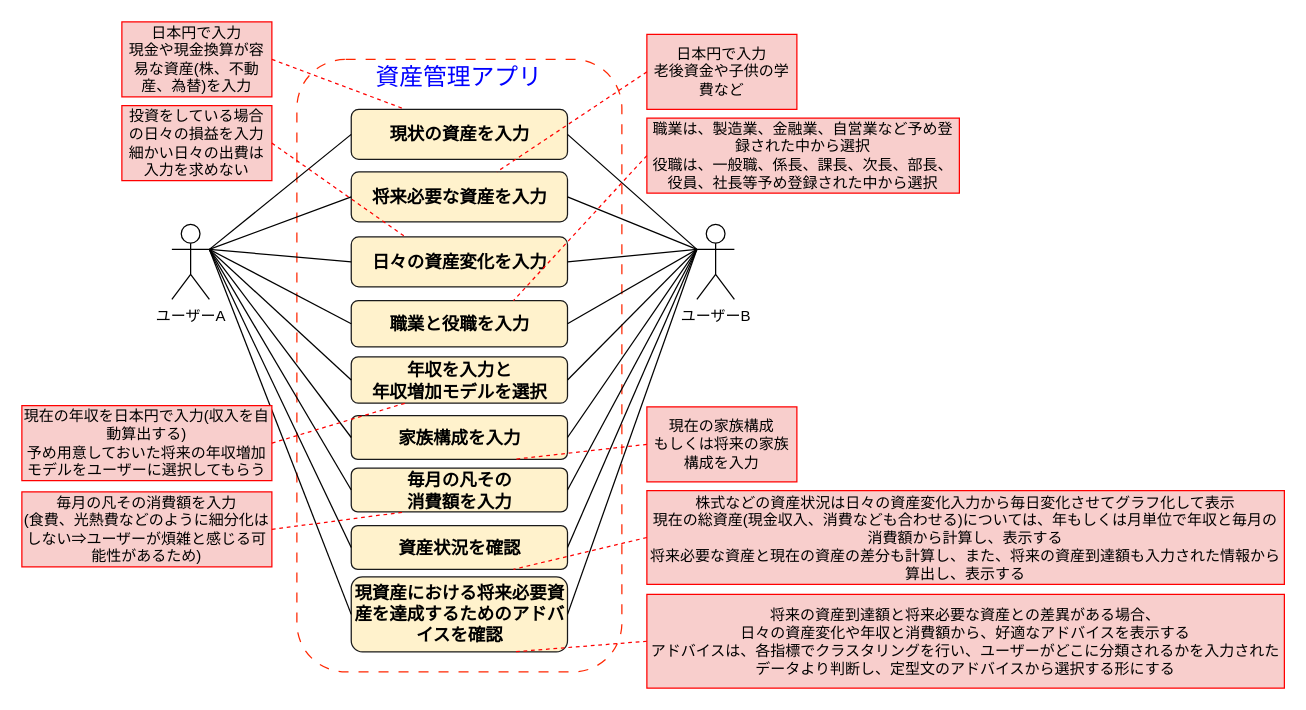
Earlier version of the draw.io diagram page "ユースケース図" (2 of 5) of コンテキスト図.drawio (10mo8mi2/20231121_Udemy_-_-). Source tidied: cells renumbered, new cells numbered last; positions are measured from the earlier drawing's top-left corner, leaving out a move shared by most shapes. Both pictures are drawn from the tidied source at 125%, with x=0, y=0 at pixel (21, 21).
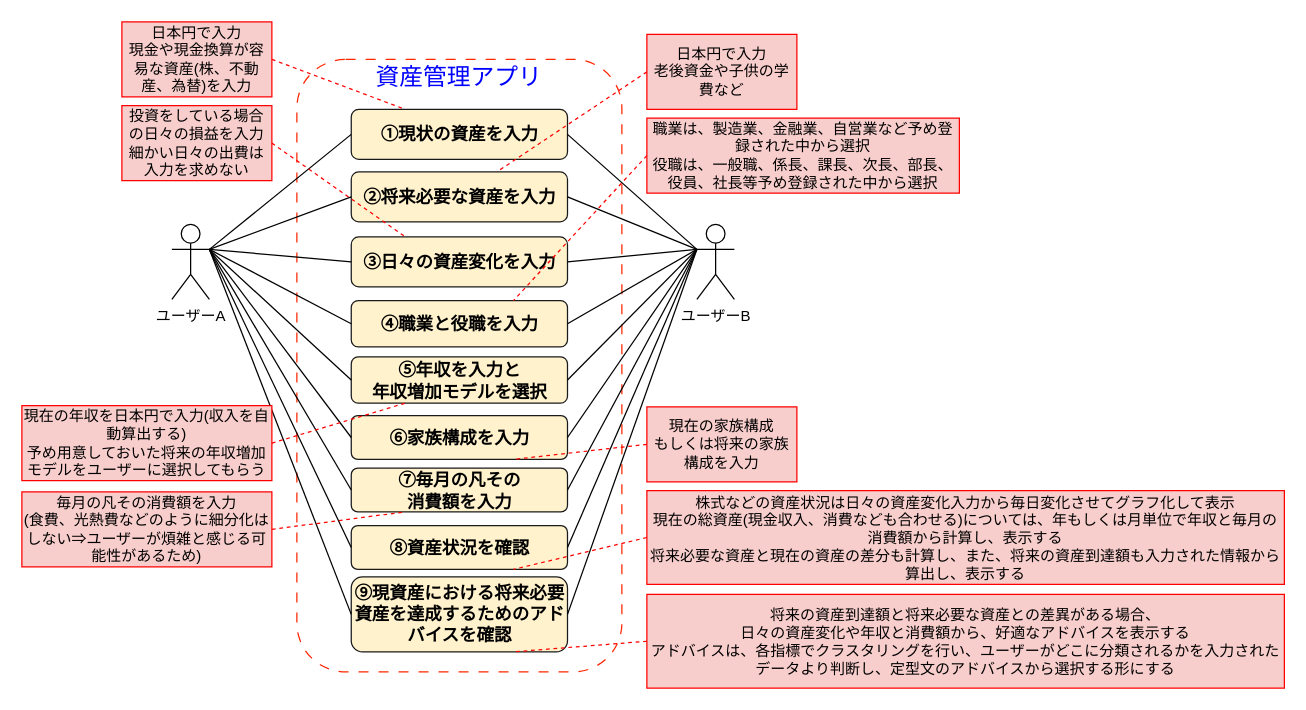
The same page after the edit.

Change to the diagram source:
```diff
@@
-    <mxCell id="6" value="&lt;b&gt;&lt;font style=&quot;font-size: 14px;&quot;&gt;現状の資産を入力&lt;/font&gt;&lt;/b&gt;" style="rounded=1;whiteSpace=wrap;html=1;fillColor=#fff2cc;strokeColor=#1A1A1A;" parent="1" vertex="1">
+    <mxCell id="6" value="&lt;b&gt;&lt;font style=&quot;font-size: 14px;&quot;&gt;①現状の資産を入力&lt;/font&gt;&lt;/b&gt;" style="rounded=1;whiteSpace=wrap;html=1;fillColor=#fff2cc;strokeColor=#1A1A1A;" parent="1" vertex="1">
       <mxGeometry x="263.5" y="70" width="173" height="40" as="geometry" />
     </mxCell>
-    <mxCell id="7" value="&lt;b&gt;&lt;font style=&quot;font-size: 14px;&quot;&gt;将来必要な資産を入力&lt;/font&gt;&lt;/b&gt;" style="rounded=1;whiteSpace=wrap;html=1;fillColor=#fff2cc;strokeColor=#1A1A1A;" parent="1" vertex="1">
+    <mxCell id="7" value="&lt;b&gt;&lt;font style=&quot;font-size: 14px;&quot;&gt;②将来必要な資産を入力&lt;/font&gt;&lt;/b&gt;" style="rounded=1;whiteSpace=wrap;html=1;fillColor=#fff2cc;strokeColor=#1A1A1A;" parent="1" vertex="1">
       <mxGeometry x="263.5" y="120" width="173" height="40" as="geometry" />
     </mxCell>
-    <mxCell id="8" value="&lt;b&gt;&lt;font style=&quot;font-size: 14px;&quot;&gt;日々の資産変化を入力&lt;/font&gt;&lt;/b&gt;" style="rounded=1;whiteSpace=wrap;html=1;fillColor=#fff2cc;strokeColor=#1A1A1A;" parent="1" vertex="1">
+    <mxCell id="8" value="&lt;b&gt;&lt;font style=&quot;font-size: 14px;&quot;&gt;③日々の資産変化を入力&lt;/font&gt;&lt;/b&gt;" style="rounded=1;whiteSpace=wrap;html=1;fillColor=#fff2cc;strokeColor=#1A1A1A;" parent="1" vertex="1">
       <mxGeometry x="263.5" y="172" width="173" height="40" as="geometry" />
     </mxCell>
-    <mxCell id="9" value="&lt;span style=&quot;font-size: 14px;&quot;&gt;&lt;b&gt;職業と役職を入力&lt;/b&gt;&lt;/span&gt;" style="rounded=1;whiteSpace=wrap;html=1;fillColor=#fff2cc;strokeColor=#1A1A1A;" parent="1" vertex="1">
+    <mxCell id="9" value="&lt;span style=&quot;font-size: 14px;&quot;&gt;&lt;b&gt;④職業と役職を入力&lt;/b&gt;&lt;/span&gt;" style="rounded=1;whiteSpace=wrap;html=1;fillColor=#fff2cc;strokeColor=#1A1A1A;" parent="1" vertex="1">
       <mxGeometry x="263.5" y="223" width="173" height="37" as="geometry" />
     </mxCell>
-    <mxCell id="10" value="&lt;span style=&quot;font-size: 14px;&quot;&gt;&lt;b&gt;資産状況を確認&lt;/b&gt;&lt;/span&gt;" style="rounded=1;whiteSpace=wrap;html=1;fillColor=#fff2cc;strokeColor=#1A1A1A;" parent="1" vertex="1">
+    <mxCell id="10" value="&lt;span style=&quot;font-size: 14px;&quot;&gt;&lt;b&gt;⑧資産状況を確認&lt;/b&gt;&lt;/span&gt;" style="rounded=1;whiteSpace=wrap;html=1;fillColor=#fff2cc;strokeColor=#1A1A1A;" parent="1" vertex="1">
       <mxGeometry x="263.5" y="403" width="173" height="35" as="geometry" />
     </mxCell>
-    <mxCell id="11" value="&lt;span style=&quot;font-size: 14px;&quot;&gt;&lt;b&gt;現資産における将来必要資産を達成するためのアドバイスを確認&lt;/b&gt;&lt;/span&gt;" style="rounded=1;whiteSpace=wrap;html=1;fillColor=#fff2cc;strokeColor=#1A1A1A;" parent="1" vertex="1">
+    <mxCell id="11" value="&lt;span style=&quot;font-size: 14px;&quot;&gt;&lt;b&gt;⑨現資産における将来必要資産を達成するためのアドバイスを確認&lt;/b&gt;&lt;/span&gt;" style="rounded=1;whiteSpace=wrap;html=1;fillColor=#fff2cc;strokeColor=#1A1A1A;" parent="1" vertex="1">
       <mxGeometry x="263.5" y="444" width="173" height="60" as="geometry" />
     </mxCell>
@@
-    <mxCell id="32" value="&lt;span style=&quot;font-size: 14px;&quot;&gt;&lt;b&gt;家族構成を入力&lt;/b&gt;&lt;/span&gt;" style="rounded=1;whiteSpace=wrap;html=1;fillColor=#fff2cc;strokeColor=#1A1A1A;" parent="1" vertex="1">
+    <mxCell id="32" value="&lt;span style=&quot;font-size: 14px;&quot;&gt;&lt;b&gt;⑥家族構成を入力&lt;/b&gt;&lt;/span&gt;" style="rounded=1;whiteSpace=wrap;html=1;fillColor=#fff2cc;strokeColor=#1A1A1A;" parent="1" vertex="1">
       <mxGeometry x="263.5" y="315" width="173" height="35" as="geometry" />
     </mxCell>
@@
-    <mxCell id="35" value="&lt;span style=&quot;font-size: 14px;&quot;&gt;&lt;b&gt;毎月の凡その&lt;br&gt;消費額を入力&lt;/b&gt;&lt;/span&gt;" style="rounded=1;whiteSpace=wrap;html=1;fillColor=#fff2cc;strokeColor=#1A1A1A;" parent="1" vertex="1">
+    <mxCell id="35" value="&lt;span style=&quot;font-size: 14px;&quot;&gt;&lt;b&gt;⑦毎月の凡その&lt;br&gt;消費額を入力&lt;/b&gt;&lt;/span&gt;" style="rounded=1;whiteSpace=wrap;html=1;fillColor=#fff2cc;strokeColor=#1A1A1A;" parent="1" vertex="1">
       <mxGeometry x="263.5" y="357" width="173" height="35" as="geometry" />
     </mxCell>
@@
-    <mxCell id="38" value="&lt;span style=&quot;font-size: 14px;&quot;&gt;&lt;b&gt;年収を入力と&lt;br&gt;年収増加モデルを選択&lt;br&gt;&lt;/b&gt;&lt;/span&gt;" style="rounded=1;whiteSpace=wrap;html=1;fillColor=#fff2cc;strokeColor=#1A1A1A;" parent="1" vertex="1">
+    <mxCell id="38" value="&lt;span style=&quot;font-size: 14px;&quot;&gt;&lt;b&gt;⑤年収を入力と&lt;br&gt;年収増加モデルを選択&lt;br&gt;&lt;/b&gt;&lt;/span&gt;" style="rounded=1;whiteSpace=wrap;html=1;fillColor=#fff2cc;strokeColor=#1A1A1A;" parent="1" vertex="1">
       <mxGeometry x="263.5" y="268" width="173" height="37" as="geometry" />
     </mxCell>
```
